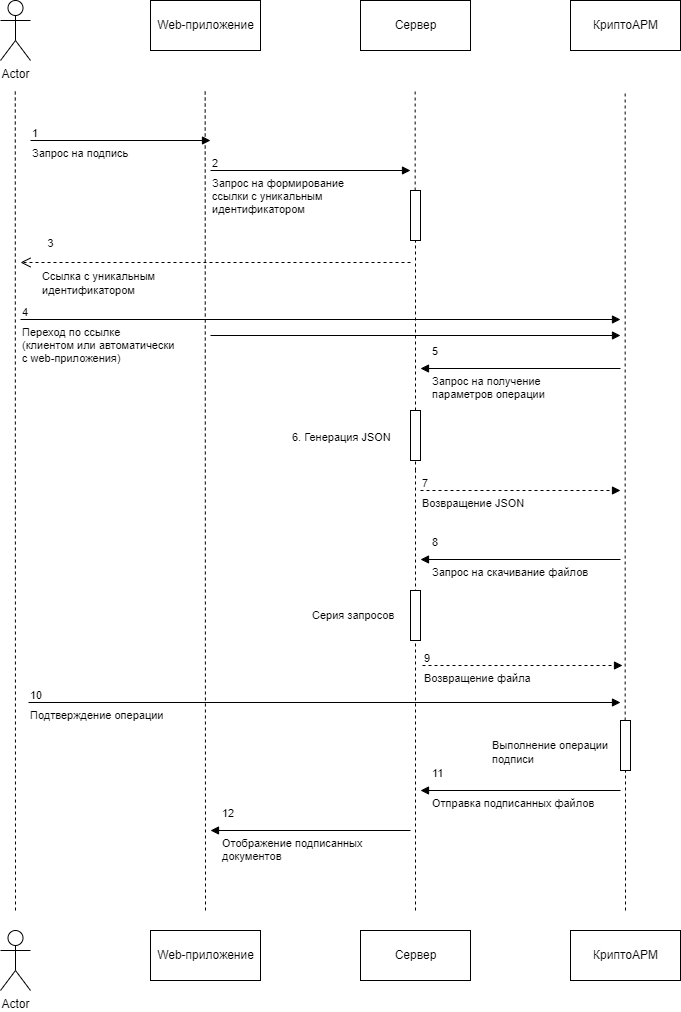
OlgaGaz/Test1 keeps this draw.io diagram as docs/002-signAndEncrypt/images/signAndEncrypt.drawio.png. Above is the earlier version. Source tidied: cells renumbered, new cells last; positions are measured from the earlier drawing's top-left corner, leaving out a move shared by most shapes.
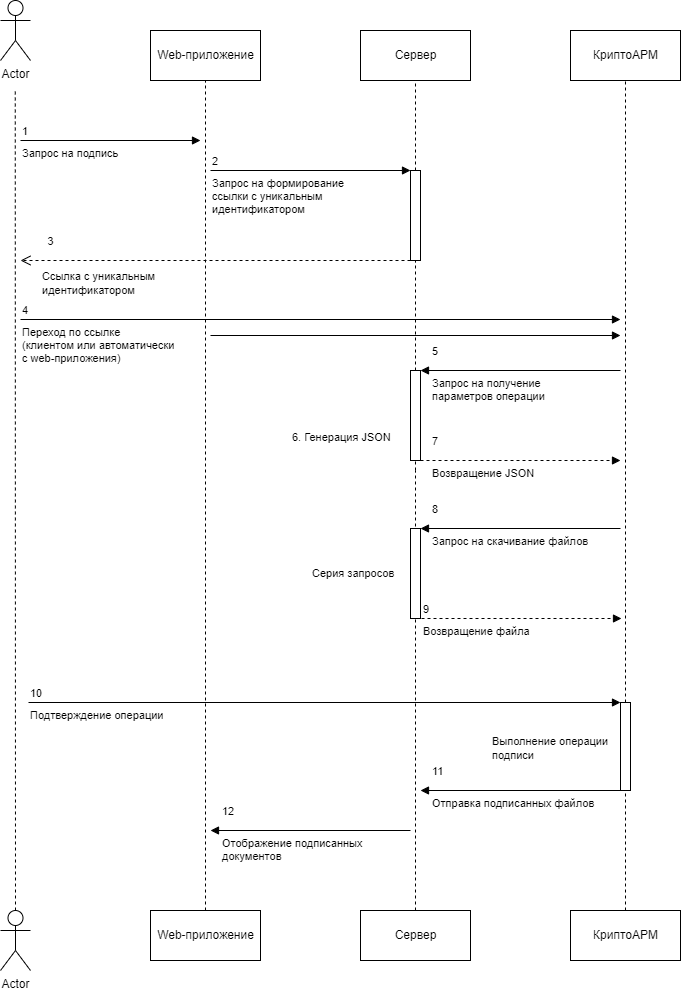
The same file after the commit.

The edit, as a diff of the source:
```diff
@@ -6,13 +6,13 @@
       <mxGeometry width="30" height="60" as="geometry" />
     </mxCell>
     <mxCell id="3" value="Web-приложение" style="html=1;" parent="1" vertex="1">
-      <mxGeometry x="150" width="110" height="50" as="geometry" />
+      <mxGeometry x="150" y="30" width="110" height="50" as="geometry" />
     </mxCell>
     <mxCell id="4" value="Сервер" style="html=1;" parent="1" vertex="1">
-      <mxGeometry x="360" width="110" height="50" as="geometry" />
+      <mxGeometry x="360" y="30" width="110" height="50" as="geometry" />
     </mxCell>
     <mxCell id="5" value="КриптоАРМ" style="html=1;" parent="1" vertex="1">
-      <mxGeometry x="570" width="110" height="50" as="geometry" />
+      <mxGeometry x="570" y="30" width="110" height="50" as="geometry" />
     </mxCell>
     <mxCell id="6" style="endArrow=none;dashed=1;html=1;" parent="1" edge="1">
       <mxGeometry relative="1" as="geometry">
@@ -20,21 +20,16 @@
         <mxPoint x="14.8" y="90" as="targetPoint" />
       </mxGeometry>
     </mxCell>
-    <mxCell id="7" style="endArrow=none;dashed=1;html=1;" parent="1" edge="1">
+    <mxCell id="7" style="endArrow=none;dashed=1;html=1;entryX=0.5;entryY=1;entryDx=0;entryDy=0;" parent="1" edge="1" target="3">
       <mxGeometry relative="1" as="geometry">
         <mxPoint x="205" y="910" as="sourcePoint" />
-        <mxPoint x="204.7" y="90" as="targetPoint" />
       </mxGeometry>
     </mxCell>
-    <mxCell id="8" style="endArrow=none;dashed=1;html=1;startArrow=none;" parent="1" edge="1" source="15">
-      <mxGeometry relative="1" as="geometry">
-        <mxPoint x="414.7" y="90" as="targetPoint" />
-      </mxGeometry>
+    <mxCell id="8" style="endArrow=none;dashed=1;html=1;startArrow=none;entryX=0.5;entryY=1;entryDx=0;entryDy=0;" parent="1" edge="1" source="15" target="4">
+      <mxGeometry relative="1" as="geometry" />
     </mxCell>
-    <mxCell id="9" style="endArrow=none;dashed=1;html=1;startArrow=none;" parent="1" edge="1" source="38">
-      <mxGeometry relative="1" as="geometry">
-        <mxPoint x="624.7" y="90" as="targetPoint" />
-      </mxGeometry>
+    <mxCell id="9" style="endArrow=none;dashed=1;html=1;startArrow=none;entryX=0.5;entryY=1;entryDx=0;entryDy=0;" parent="1" edge="1" source="38" target="5">
+      <mxGeometry relative="1" as="geometry" />
     </mxCell>
     <mxCell id="10" value="Переход по ссылке &lt;br&gt;(клиентом или автоматически&lt;br&gt;с web-приложения)" style="endArrow=block;endFill=1;html=1;edgeStyle=orthogonalEdgeStyle;align=left;verticalAlign=top;" parent="1" edge="1">
       <mxGeometry x="-1" relative="1" as="geometry">
@@ -58,12 +53,12 @@
       <mxGeometry relative="1" as="geometry" />
     </mxCell>
     <mxCell id="15" style="html=1;points=[];perimeter=orthogonalPerimeter;" parent="1" vertex="1">
-      <mxGeometry x="410" y="190" width="10" height="50" as="geometry" />
+      <mxGeometry x="410" y="170" width="10" height="90" as="geometry" />
     </mxCell>
     <mxCell id="16" value="3" style="html=1;verticalAlign=bottom;endArrow=open;dashed=1;endSize=8;" parent="1" edge="1">
       <mxGeometry x="0.85" y="-10" relative="1" as="geometry">
-        <mxPoint x="410" y="262" as="sourcePoint" />
-        <mxPoint x="20" y="262" as="targetPoint" />
+        <mxPoint x="410" y="260" as="sourcePoint" />
+        <mxPoint x="20" y="260" as="targetPoint" />
       </mxGeometry>
     </mxCell>
     <mxCell id="17" value="&lt;span style=&quot;font-size: 11px; background-color: rgb(255, 255, 255);&quot;&gt;Ссылка с уникальным идентификатором&lt;/span&gt;" style="text;whiteSpace=wrap;html=1;" parent="1" vertex="1">
@@ -71,8 +66,8 @@
     </mxCell>
     <mxCell id="18" value="Запрос на подпись" style="endArrow=block;endFill=1;html=1;edgeStyle=orthogonalEdgeStyle;align=left;verticalAlign=top;" parent="1" edge="1">
       <mxGeometry x="-1" relative="1" as="geometry">
-        <mxPoint x="30" y="140" as="sourcePoint" />
-        <mxPoint x="210" y="140" as="targetPoint" />
+        <mxPoint x="20" y="140" as="sourcePoint" />
+        <mxPoint x="200" y="140" as="targetPoint" />
       </mxGeometry>
     </mxCell>
     <mxCell id="19" value="1" style="edgeLabel;html=1;align=left;verticalAlign=bottom;" parent="18" vertex="1">
@@ -86,8 +81,8 @@
     </mxCell>
     <mxCell id="21" value="Запрос на получение&lt;br&gt;параметров операции" style="endArrow=block;endFill=1;html=1;edgeStyle=orthogonalEdgeStyle;align=left;verticalAlign=top;" parent="1" edge="1">
       <mxGeometry x="0.9" relative="1" as="geometry">
-        <mxPoint x="620" y="368" as="sourcePoint" />
-        <mxPoint x="420" y="368" as="targetPoint" />
+        <mxPoint x="620" y="370" as="sourcePoint" />
+        <mxPoint x="420" y="370" as="targetPoint" />
       </mxGeometry>
     </mxCell>
     <mxCell id="22" value="5" style="edgeLabel;html=1;align=left;verticalAlign=bottom;" parent="21" vertex="1">
@@ -107,24 +102,26 @@
       </mxGeometry>
     </mxCell>
     <mxCell id="25" style="html=1;points=[];perimeter=orthogonalPerimeter;" parent="1" vertex="1">
-      <mxGeometry x="410" y="410" width="10" height="50" as="geometry" />
+      <mxGeometry x="410" y="370" width="10" height="90" as="geometry" />
     </mxCell>
     <mxCell id="26" value="&lt;span style=&quot;font-size: 11px; background-color: rgb(255, 255, 255);&quot;&gt;6. Генерация JSON&lt;/span&gt;" style="text;whiteSpace=wrap;html=1;" parent="1" vertex="1">
       <mxGeometry x="290" y="422.5" width="110" height="25" as="geometry" />
     </mxCell>
     <mxCell id="27" value="Возвращение JSON" style="endArrow=block;endFill=1;html=1;edgeStyle=orthogonalEdgeStyle;align=left;verticalAlign=top;dashed=1;" parent="1" edge="1">
-      <mxGeometry x="-1" relative="1" as="geometry">
-        <mxPoint x="420" y="490" as="sourcePoint" />
-        <mxPoint x="620" y="490" as="targetPoint" />
+      <mxGeometry x="-0.9" relative="1" as="geometry">
+        <mxPoint x="420" y="460" as="sourcePoint" />
+        <mxPoint x="620" y="460" as="targetPoint" />
       </mxGeometry>
     </mxCell>
     <mxCell id="28" value="7" style="edgeLabel;html=1;align=left;verticalAlign=bottom;" parent="27" vertex="1">
-      <mxGeometry x="-1" relative="1" as="geometry" />
+      <mxGeometry x="-1" relative="1" as="geometry">
+        <mxPoint x="10" y="-10" as="offset" />
+      </mxGeometry>
     </mxCell>
     <mxCell id="29" value="Запрос на скачивание файлов" style="endArrow=block;endFill=1;html=1;edgeStyle=orthogonalEdgeStyle;align=left;verticalAlign=top;" parent="1" edge="1">
       <mxGeometry x="0.9" relative="1" as="geometry">
-        <mxPoint x="620" y="559" as="sourcePoint" />
-        <mxPoint x="420" y="559" as="targetPoint" />
+        <mxPoint x="620" y="528" as="sourcePoint" />
+        <mxPoint x="420" y="528" as="targetPoint" />
       </mxGeometry>
     </mxCell>
     <mxCell id="30" value="8" style="edgeLabel;html=1;align=left;verticalAlign=bottom;" parent="29" vertex="1">
@@ -133,15 +130,15 @@
       </mxGeometry>
     </mxCell>
     <mxCell id="31" style="html=1;perimeter=orthogonalPerimeter;" parent="1" vertex="1">
-      <mxGeometry x="410" y="590" width="10" height="50" as="geometry" />
+      <mxGeometry x="410" y="528" width="10" height="90" as="geometry" />
     </mxCell>
     <mxCell id="32" value="&lt;span style=&quot;font-size: 11px; background-color: rgb(255, 255, 255);&quot;&gt;Серия запросов&lt;/span&gt;" style="text;whiteSpace=wrap;html=1;" parent="1" vertex="1">
-      <mxGeometry x="310" y="601.2" width="90" height="27.5" as="geometry" />
+      <mxGeometry x="310" y="559.2" width="90" height="27.5" as="geometry" />
     </mxCell>
     <mxCell id="33" value="Возвращение файла" style="endArrow=block;endFill=1;html=1;edgeStyle=orthogonalEdgeStyle;align=left;verticalAlign=top;dashed=1;" parent="1" edge="1">
       <mxGeometry x="-1" relative="1" as="geometry">
-        <mxPoint x="422" y="665" as="sourcePoint" />
-        <mxPoint x="622" y="665" as="targetPoint" />
+        <mxPoint x="421" y="618" as="sourcePoint" />
+        <mxPoint x="621" y="618" as="targetPoint" />
       </mxGeometry>
     </mxCell>
     <mxCell id="34" value="9" style="edgeLabel;html=1;align=left;verticalAlign=bottom;" parent="33" vertex="1">
@@ -162,10 +159,10 @@
       </mxGeometry>
     </mxCell>
     <mxCell id="38" style="html=1;points=[];perimeter=orthogonalPerimeter;" parent="1" vertex="1">
-      <mxGeometry x="620" y="720" width="10" height="50" as="geometry" />
+      <mxGeometry x="620" y="702" width="10" height="88" as="geometry" />
     </mxCell>
     <mxCell id="39" value="&lt;span style=&quot;font-size: 11px; background-color: rgb(255, 255, 255);&quot;&gt;Выполнение операции подписи&lt;/span&gt;" style="text;whiteSpace=wrap;html=1;" parent="1" vertex="1">
-      <mxGeometry x="490" y="731.2" width="120" height="48.8" as="geometry" />
+      <mxGeometry x="490" y="726.8" width="120" height="38.4" as="geometry" />
     </mxCell>
     <mxCell id="40" value="Отправка подписанных файлов" style="endArrow=block;endFill=1;html=1;edgeStyle=orthogonalEdgeStyle;align=left;verticalAlign=top;" parent="1" edge="1">
       <mxGeometry x="0.9" relative="1" as="geometry">
@@ -190,16 +187,16 @@
       </mxGeometry>
     </mxCell>
     <mxCell id="44" value="Actor" style="shape=umlActor;verticalLabelPosition=bottom;verticalAlign=top;html=1;" parent="1" vertex="1">
-      <mxGeometry y="930" width="30" height="60" as="geometry" />
+      <mxGeometry y="910" width="30" height="60" as="geometry" />
     </mxCell>
     <mxCell id="45" value="Web-приложение" style="html=1;" parent="1" vertex="1">
-      <mxGeometry x="150" y="930" width="110" height="50" as="geometry" />
+      <mxGeometry x="150" y="910" width="110" height="50" as="geometry" />
     </mxCell>
     <mxCell id="46" value="Сервер" style="html=1;" parent="1" vertex="1">
-      <mxGeometry x="360" y="930" width="110" height="50" as="geometry" />
+      <mxGeometry x="360" y="910" width="110" height="50" as="geometry" />
     </mxCell>
     <mxCell id="47" value="КриптоАРМ" style="html=1;" parent="1" vertex="1">
-      <mxGeometry x="570" y="930" width="110" height="50" as="geometry" />
+      <mxGeometry x="570" y="910" width="110" height="50" as="geometry" />
     </mxCell>
   </root>
 </mxGraphModel>
```
